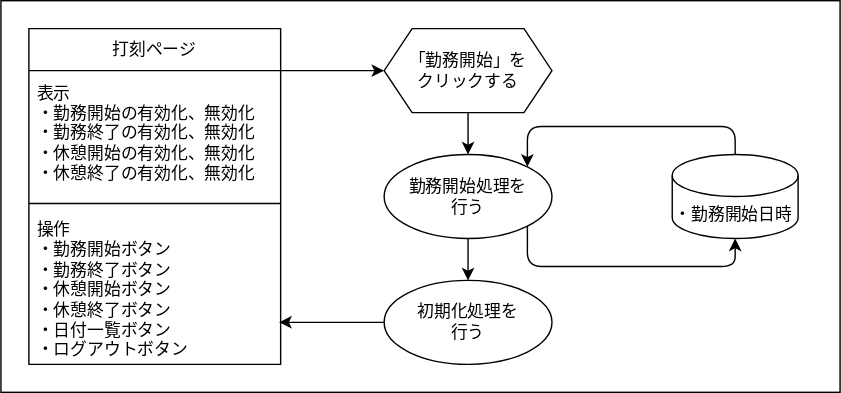
Earlier version of the draw.io export doc/画面遷移図/打刻ページ/勤務開始.drawio.svg (ryamao/atte). Source tidied: cells renumbered, new cells last; positions are measured from the earlier drawing's top-left corner, leaving out a move shared by most shapes.
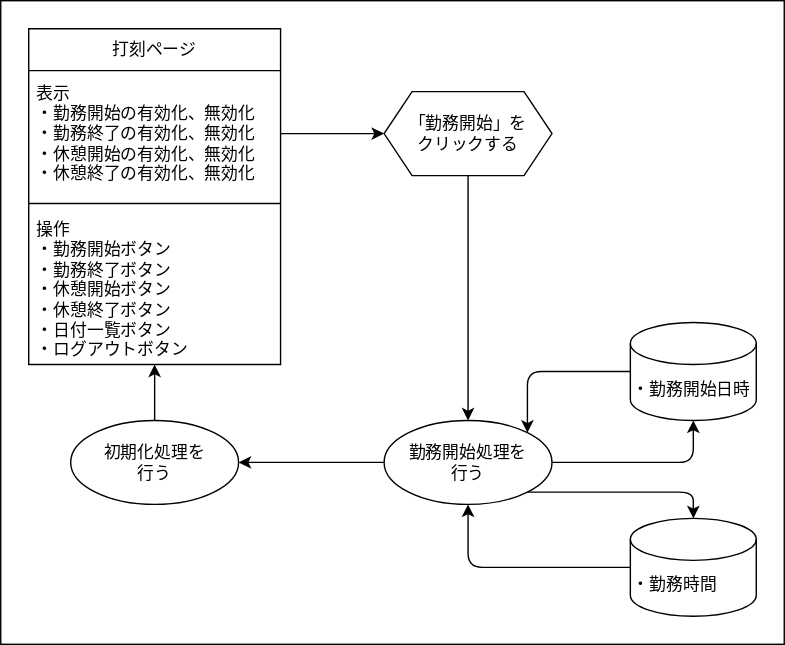
The same diagram one commit later.

What changed in the source:
```diff
@@ -3,59 +3,62 @@
     <mxCell id="0" />
     <mxCell id="1" parent="0" />
     <mxCell id="2" style="rounded=0;whiteSpace=wrap;html=1;" parent="1" vertex="1">
-      <mxGeometry width="600" height="280" as="geometry" />
+      <mxGeometry width="560" height="460" as="geometry" />
     </mxCell>
     <mxCell id="3" value="打刻ページ" style="swimlane;fontStyle=0;horizontal=1;startSize=30;whiteSpace=wrap;html=1;flipH=1;flipV=0;" parent="1" vertex="1">
       <mxGeometry x="20" y="20" width="180" height="240" as="geometry" />
     </mxCell>
-    <mxCell id="4" value="表示&lt;br&gt;・勤務開始の有効化、無効化&lt;br&gt;・勤務終了の有効化、無効化&lt;br&gt;・休憩開始の有効化、無効化&lt;br&gt;・休憩終了の有効化、無効化" style="text;strokeColor=none;fillColor=none;align=left;verticalAlign=middle;spacingLeft=4;spacingRight=4;overflow=hidden;points=[[0,0.5],[1,0.5]];portConstraint=eastwest;whiteSpace=wrap;html=1;strokeWidth=0;" parent="3" vertex="1">
+    <mxCell id="4" value="表示&lt;br&gt;・勤務開始の有効化、無効化&lt;br&gt;・勤務終了の有効化、無効化&lt;br&gt;・休憩開始の有効化、無効化&lt;br&gt;・休憩終了の有効化、無効化" style="text;strokeColor=none;fillColor=none;align=left;verticalAlign=middle;spacingLeft=4;spacingRight=4;overflow=hidden;portConstraint=eastwest;whiteSpace=wrap;html=1;strokeWidth=0;" parent="3" vertex="1">
       <mxGeometry y="30" width="180" height="90" as="geometry" />
     </mxCell>
     <mxCell id="5" style="line;strokeWidth=1;html=1;" parent="3" vertex="1">
       <mxGeometry y="120" width="180" height="10" as="geometry" />
     </mxCell>
-    <mxCell id="6" value="操作&lt;br&gt;・勤務開始ボタン&lt;br&gt;・勤務終了ボタン&lt;br&gt;・休憩開始ボタン&lt;br&gt;・休憩終了ボタン&lt;br&gt;・日付一覧ボタン&lt;br&gt;・ログアウトボタン" style="text;strokeColor=none;fillColor=none;align=left;verticalAlign=top;spacingLeft=4;spacingRight=4;overflow=hidden;points=[[0,0.5],[1,0.5]];portConstraint=eastwest;whiteSpace=wrap;html=1;strokeWidth=1;" parent="3" vertex="1">
+    <mxCell id="6" value="操作&lt;br&gt;・勤務開始ボタン&lt;br&gt;・勤務終了ボタン&lt;br&gt;・休憩開始ボタン&lt;br&gt;・休憩終了ボタン&lt;br&gt;・日付一覧ボタン&lt;br&gt;・ログアウトボタン" style="text;strokeColor=none;fillColor=none;align=left;verticalAlign=top;spacingLeft=4;spacingRight=4;overflow=hidden;portConstraint=eastwest;whiteSpace=wrap;html=1;strokeWidth=1;" parent="3" vertex="1">
       <mxGeometry y="130" width="180" height="110" as="geometry" />
     </mxCell>
     <mxCell id="7" style="edgeStyle=none;html=1;exitX=0.5;exitY=1;exitDx=0;exitDy=0;entryX=0.5;entryY=0;entryDx=0;entryDy=0;" parent="1" edge="1" source="8" target="12">
       <mxGeometry relative="1" as="geometry" />
     </mxCell>
     <mxCell id="8" value="「勤務開始」を&lt;br&gt;クリックする" style="shape=hexagon;perimeter=hexagonPerimeter2;whiteSpace=wrap;html=1;fixedSize=1;strokeWidth=1;" parent="1" vertex="1">
-      <mxGeometry x="274" y="20" width="120" height="60" as="geometry" />
+      <mxGeometry x="274" y="65" width="120" height="60" as="geometry" />
     </mxCell>
-    <mxCell id="9" style="edgeStyle=none;html=1;exitX=0;exitY=0.5;exitDx=0;exitDy=0;entryX=0.994;entryY=0.727;entryDx=0;entryDy=0;entryPerimeter=0;" parent="1" edge="1" source="14" target="6">
-      <mxGeometry relative="1" as="geometry" />
-    </mxCell>
-    <mxCell id="10" style="edgeStyle=none;html=1;exitX=0.5;exitY=1;exitDx=0;exitDy=0;entryX=0.5;entryY=0;entryDx=0;entryDy=0;" parent="1" edge="1" source="12" target="14">
+    <mxCell id="10" style="edgeStyle=none;html=1;exitX=0;exitY=0.5;exitDx=0;exitDy=0;" parent="1" edge="1" source="12" target="14">
       <mxGeometry relative="1" as="geometry" />
     </mxCell>
-    <mxCell id="11" style="edgeStyle=elbowEdgeStyle;html=1;exitX=1;exitY=1;exitDx=0;exitDy=0;entryX=0.5;entryY=1;entryDx=0;entryDy=0;entryPerimeter=0;elbow=vertical;" parent="1" edge="1" source="12" target="16">
-      <mxGeometry relative="1" as="geometry">
-        <Array as="points">
-          <mxPoint x="460" y="190" />
-        </Array>
-      </mxGeometry>
+    <mxCell id="11" style="edgeStyle=orthogonalEdgeStyle;elbow=vertical;html=1;exitX=1;exitY=0.5;exitDx=0;exitDy=0;entryX=0.5;entryY=1;entryDx=0;entryDy=0;entryPerimeter=0;" parent="1" edge="1" source="12" target="16">
+      <mxGeometry relative="1" as="geometry" />
     </mxCell>
+    <mxCell id="17" style="edgeStyle=orthogonalEdgeStyle;html=1;exitX=1;exitY=1;exitDx=0;exitDy=0;entryX=0.5;entryY=0;entryDx=0;entryDy=0;entryPerimeter=0;elbow=vertical;" parent="1" edge="1" source="12" target="19">
+      <mxGeometry relative="1" as="geometry" />
+    </mxCell>
     <mxCell id="12" value="勤務開始処理を&lt;br&gt;行う" style="ellipse;whiteSpace=wrap;html=1;strokeWidth=1;" parent="1" vertex="1">
-      <mxGeometry x="274" y="110" width="120" height="60" as="geometry" />
+      <mxGeometry x="274" y="300" width="120" height="60" as="geometry" />
     </mxCell>
-    <mxCell id="13" style="edgeStyle=none;html=1;entryX=0;entryY=0.5;entryDx=0;entryDy=0;" parent="1" edge="1" target="8">
-      <mxGeometry relative="1" as="geometry">
-        <mxPoint x="200" y="50" as="sourcePoint" />
-      </mxGeometry>
+    <mxCell id="13" style="edgeStyle=none;html=1;entryX=0;entryY=0.5;entryDx=0;entryDy=0;exitX=1;exitY=0.5;exitDx=0;exitDy=0;" parent="1" edge="1" source="4" target="8">
+      <mxGeometry relative="1" as="geometry" />
     </mxCell>
+    <mxCell id="9" style="edgeStyle=none;html=1;exitX=0.5;exitY=0;exitDx=0;exitDy=0;entryX=0.5;entryY=1;entryDx=0;entryDy=0;" parent="1" edge="1" source="14" target="6">
+      <mxGeometry relative="1" as="geometry" />
+    </mxCell>
     <mxCell id="14" value="初期化処理を&lt;br&gt;行う" style="ellipse;whiteSpace=wrap;html=1;strokeWidth=1;" parent="1" vertex="1">
-      <mxGeometry x="274" y="200" width="120" height="60" as="geometry" />
+      <mxGeometry x="50" y="300" width="120" height="60" as="geometry" />
     </mxCell>
-    <mxCell id="15" style="edgeStyle=elbowEdgeStyle;html=1;exitX=0.5;exitY=0;exitDx=0;exitDy=0;exitPerimeter=0;entryX=1;entryY=0;entryDx=0;entryDy=0;elbow=vertical;" parent="1" edge="1" source="16" target="12">
+    <mxCell id="15" style="edgeStyle=elbowEdgeStyle;html=1;exitX=0;exitY=0.5;exitDx=0;exitDy=0;exitPerimeter=0;entryX=1;entryY=0;entryDx=0;entryDy=0;elbow=vertical;" parent="1" edge="1" source="16" target="12">
       <mxGeometry relative="1" as="geometry">
         <Array as="points">
-          <mxPoint x="450" y="90" />
+          <mxPoint x="413" y="265" />
         </Array>
       </mxGeometry>
     </mxCell>
     <mxCell id="16" value="・勤務開始日時" style="shape=cylinder3;html=1;boundedLbl=1;backgroundOutline=1;size=15;align=left;" parent="1" vertex="1">
-      <mxGeometry x="480" y="110" width="90" height="60" as="geometry" />
+      <mxGeometry x="450" y="230" width="90" height="70" as="geometry" />
     </mxCell>
+    <mxCell id="18" style="edgeStyle=orthogonalEdgeStyle;html=1;exitX=0;exitY=0.5;exitDx=0;exitDy=0;exitPerimeter=0;entryX=0.5;entryY=1;entryDx=0;entryDy=0;elbow=vertical;" parent="1" edge="1" source="19" target="12">
+      <mxGeometry relative="1" as="geometry" />
+    </mxCell>
+    <mxCell id="19" value="・勤務時間" style="shape=cylinder3;html=1;boundedLbl=1;backgroundOutline=1;size=15;align=left;" parent="1" vertex="1">
+      <mxGeometry x="450" y="370" width="90" height="70" as="geometry" />
+    </mxCell>
   </root>
 </mxGraphModel>
```
